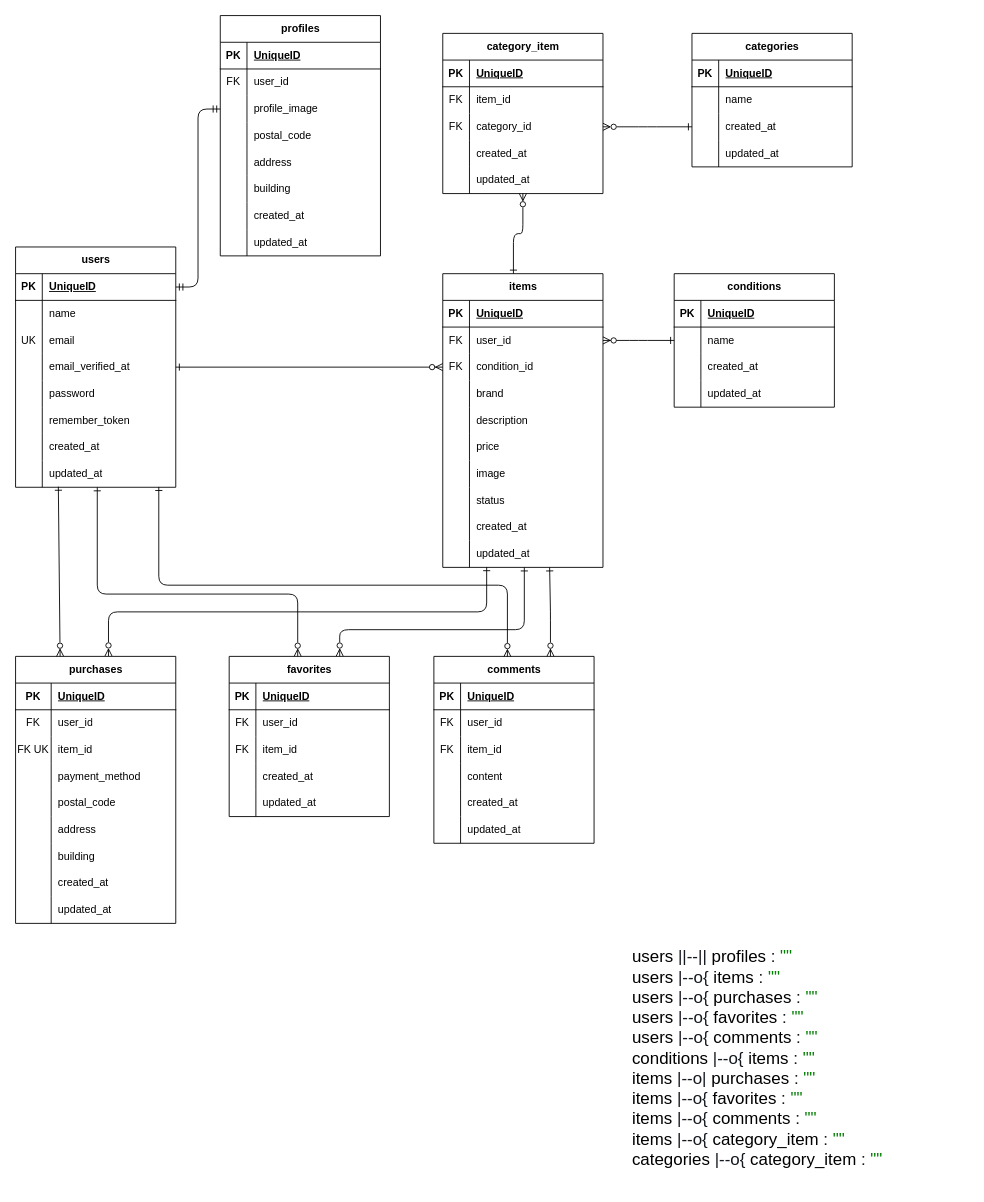
syosinsyananasi/coachtech-fleamarket keeps this draw.io diagram as docs/er-diagram.drawio. Above is the earlier version. Source tidied: cells renumbered, new cells numbered last; positions are measured from the earlier drawing's top-left corner, leaving out a move shared by most shapes. Both pictures are drawn from the tidied source at 89%, with x=0, y=0 at pixel (15, 15).
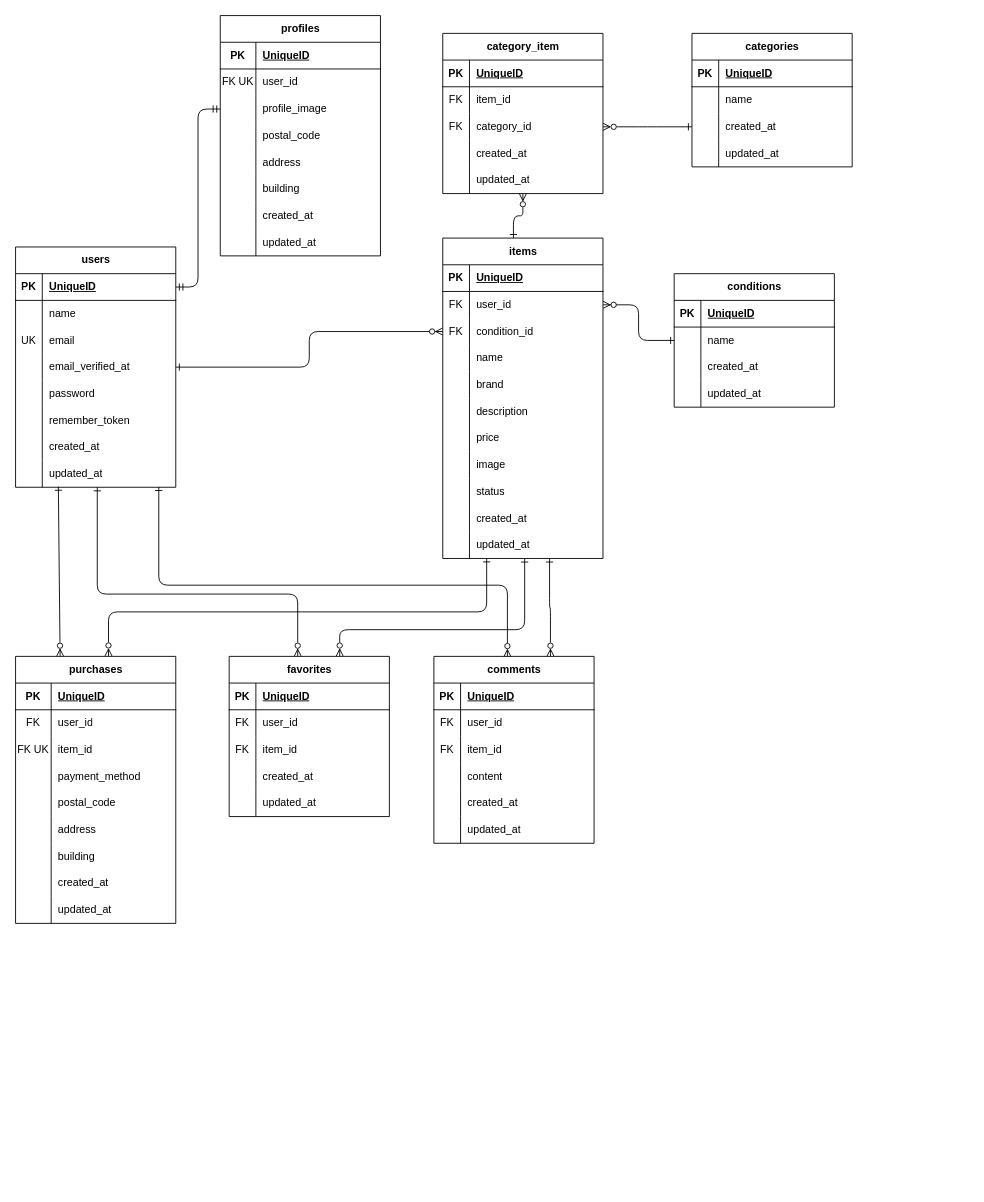
After the change.

Commit message:
フォーマット

The change refers to these unchanged cells:
```xml
<mxCell id="12" style="shape=tableRow;horizontal=0;startSize=0;swimlaneHead=0;swimlaneBody=0;fillColor=none;points=[[0,0.5],[1,0.5]];portConstraint=eastwest;top=0;left=0;right=0;bottom=0;" parent="2" vertex="1">
  <mxGeometry y="120" width="180" height="30" as="geometry" />
</mxCell>
<mxCell id="28" style="shape=tableRow;horizontal=0;startSize=0;swimlaneHead=0;swimlaneBody=0;fillColor=none;top=0;left=0;right=0;bottom=1;" parent="27" vertex="1">
  <mxGeometry y="30" width="180" height="30" as="geometry" />
</mxCell>
<mxCell id="31" style="shape=tableRow;horizontal=0;startSize=0;swimlaneHead=0;swimlaneBody=0;fillColor=none;top=0;left=0;right=0;bottom=0;" parent="27" vertex="1">
  <mxGeometry y="60" width="180" height="30" as="geometry" />
</mxCell>
<mxCell id="34" style="shape=tableRow;horizontal=0;startSize=0;swimlaneHead=0;swimlaneBody=0;fillColor=none;points=[[0,0.5],[1,0.5]];portConstraint=eastwest;top=0;left=0;right=0;bottom=0;" parent="27" vertex="1">
  <mxGeometry y="90" width="180" height="30" as="geometry" />
</mxCell>
<mxCell id="37" style="shape=tableRow;horizontal=0;startSize=0;swimlaneHead=0;swimlaneBody=0;fillColor=none;top=0;left=0;right=0;bottom=0;" parent="27" vertex="1">
  <mxGeometry y="120" width="180" height="30" as="geometry" />
</mxCell>
<mxCell id="40" style="shape=tableRow;horizontal=0;startSize=0;swimlaneHead=0;swimlaneBody=0;fillColor=none;top=0;left=0;right=0;bottom=0;" parent="27" vertex="1">
  <mxGeometry y="150" width="180" height="30" as="geometry" />
</mxCell>
<mxCell id="43" style="shape=tableRow;horizontal=0;startSize=0;swimlaneHead=0;swimlaneBody=0;fillColor=none;top=0;left=0;right=0;bottom=0;" parent="27" vertex="1">
  <mxGeometry y="180" width="180" height="30" as="geometry" />
</mxCell>
<mxCell id="46" style="shape=tableRow;horizontal=0;startSize=0;swimlaneHead=0;swimlaneBody=0;fillColor=none;top=0;left=0;right=0;bottom=0;" parent="27" vertex="1">
  <mxGeometry y="210" width="180" height="30" as="geometry" />
</mxCell>
<mxCell id="49" style="shape=tableRow;horizontal=0;startSize=0;swimlaneHead=0;swimlaneBody=0;fillColor=none;top=0;left=0;right=0;bottom=0;" parent="27" vertex="1">
  <mxGeometry y="240" width="180" height="30" as="geometry" />
</mxCell>
<mxCell id="59" style="shape=tableRow;horizontal=0;startSize=0;swimlaneHead=0;swimlaneBody=0;fillColor=none;points=[[0,0.5],[1,0.5]];portConstraint=eastwest;top=0;left=0;right=0;bottom=0;" parent="52" vertex="1">
  <mxGeometry y="90" width="180" height="30" as="geometry" />
</mxCell>
<mxCell id="62" style="shape=tableRow;horizontal=0;startSize=0;swimlaneHead=0;swimlaneBody=0;fillColor=none;top=0;left=0;right=0;bottom=0;" parent="52" vertex="1">
  <mxGeometry y="120" width="180" height="30" as="geometry" />
</mxCell>
<mxCell id="65" style="shape=tableRow;horizontal=0;startSize=0;swimlaneHead=0;swimlaneBody=0;fillColor=none;top=0;left=0;right=0;bottom=0;" parent="52" vertex="1">
  <mxGeometry y="150" width="180" height="30" as="geometry" />
</mxCell>
<mxCell id="68" style="shape=tableRow;horizontal=0;startSize=0;swimlaneHead=0;swimlaneBody=0;fillColor=none;top=0;left=0;right=0;bottom=0;" parent="52" vertex="1">
  <mxGeometry y="180" width="180" height="30" as="geometry" />
</mxCell>
<mxCell id="71" style="shape=tableRow;horizontal=0;startSize=0;swimlaneHead=0;swimlaneBody=0;fillColor=none;top=0;left=0;right=0;bottom=0;" parent="52" vertex="1">
  <mxGeometry y="210" width="180" height="30" as="geometry" />
</mxCell>
<mxCell id="74" style="shape=tableRow;horizontal=0;startSize=0;swimlaneHead=0;swimlaneBody=0;fillColor=none;top=0;left=0;right=0;bottom=0;" parent="52" vertex="1">
  <mxGeometry y="240" width="180" height="30" as="geometry" />
</mxCell>
<mxCell id="77" style="shape=tableRow;horizontal=0;startSize=0;swimlaneHead=0;swimlaneBody=0;fillColor=none;top=0;left=0;right=0;bottom=0;" parent="52" vertex="1">
  <mxGeometry y="270" width="180" height="30" as="geometry" />
</mxCell>
<mxCell id="80" style="shape=tableRow;horizontal=0;startSize=0;swimlaneHead=0;swimlaneBody=0;fillColor=none;points=[[0,0.5],[1,0.5]];portConstraint=eastwest;top=0;left=0;right=0;bottom=0;" parent="52" vertex="1">
  <mxGeometry y="300" width="180" height="30" as="geometry" />
</mxCell>
<mxCell id="83" value="purchases" style="shape=table;startSize=30;childLayout=tableLayout;rowLines=0;fontStyle=1;align=center;html=1;" parent="1" vertex="1">
  <mxGeometry y="720" width="180" height="300" as="geometry" />
</mxCell>
<mxCell id="111" value="favorites" style="shape=table;startSize=30;childLayout=tableLayout;rowLines=0;fontStyle=1;align=center;html=1;" parent="1" vertex="1">
  <mxGeometry x="240" y="720" width="180" height="180" as="geometry" />
</mxCell>
```

What changed in the source:
```diff
@@
     <mxCell id="29" value="PK" style="shape=partialRectangle;fillColor=none;top=0;left=0;bottom=0;right=0;fontStyle=1;overflow=hidden;whiteSpace=wrap;html=1;" parent="28" vertex="1">
-      <mxGeometry width="30" height="30" as="geometry" />
+      <mxGeometry width="40" height="30" as="geometry" />
     </mxCell>
     <mxCell id="30" value="UniqueID" style="shape=partialRectangle;fillColor=none;top=0;left=0;bottom=0;right=0;align=left;spacingLeft=6;fontStyle=5;overflow=hidden;whiteSpace=wrap;html=1;" parent="28" vertex="1">
-      <mxGeometry x="30" width="150" height="30" as="geometry" />
+      <mxGeometry x="40" width="140" height="30" as="geometry" />
     </mxCell>
@@
-    <mxCell id="32" value="FK" style="shape=partialRectangle;fillColor=none;top=0;left=0;bottom=0;right=0;overflow=hidden;whiteSpace=wrap;html=1;" parent="31" vertex="1">
-      <mxGeometry width="30" height="30" as="geometry" />
+    <mxCell id="32" value="FK UK" style="shape=partialRectangle;fillColor=none;top=0;left=0;bottom=0;right=0;overflow=hidden;whiteSpace=wrap;html=1;" parent="31" vertex="1">
+      <mxGeometry width="40" height="30" as="geometry" />
     </mxCell>
     <mxCell id="33" value="user_id" style="shape=partialRectangle;fillColor=none;top=0;left=0;bottom=0;right=0;align=left;spacingLeft=6;overflow=hidden;whiteSpace=wrap;html=1;" parent="31" vertex="1">
-      <mxGeometry x="30" width="150" height="30" as="geometry" />
+      <mxGeometry x="40" width="140" height="30" as="geometry" />
     </mxCell>
@@
     <mxCell id="35" style="shape=partialRectangle;fillColor=none;top=0;left=0;bottom=0;right=0;overflow=hidden;whiteSpace=wrap;html=1;" parent="34" vertex="1">
-      <mxGeometry width="30" height="30" as="geometry" />
+      <mxGeometry width="40" height="30" as="geometry" />
     </mxCell>
     <mxCell id="36" value="profile_image" style="shape=partialRectangle;fillColor=none;top=0;left=0;bottom=0;right=0;align=left;spacingLeft=6;overflow=hidden;whiteSpace=wrap;html=1;" parent="34" vertex="1">
-      <mxGeometry x="30" width="150" height="30" as="geometry" />
+      <mxGeometry x="40" width="140" height="30" as="geometry" />
     </mxCell>
@@
     <mxCell id="38" style="shape=partialRectangle;fillColor=none;top=0;left=0;bottom=0;right=0;overflow=hidden;whiteSpace=wrap;html=1;" parent="37" vertex="1">
-      <mxGeometry width="30" height="30" as="geometry" />
+      <mxGeometry width="40" height="30" as="geometry" />
     </mxCell>
     <mxCell id="39" value="postal_code" style="shape=partialRectangle;fillColor=none;top=0;left=0;bottom=0;right=0;align=left;spacingLeft=6;overflow=hidden;whiteSpace=wrap;html=1;" parent="37" vertex="1">
-      <mxGeometry x="30" width="150" height="30" as="geometry" />
+      <mxGeometry x="40" width="140" height="30" as="geometry" />
     </mxCell>
@@
     <mxCell id="41" style="shape=partialRectangle;fillColor=none;top=0;left=0;bottom=0;right=0;overflow=hidden;whiteSpace=wrap;html=1;" parent="40" vertex="1">
-      <mxGeometry width="30" height="30" as="geometry" />
+      <mxGeometry width="40" height="30" as="geometry" />
     </mxCell>
     <mxCell id="42" value="address" style="shape=partialRectangle;fillColor=none;top=0;left=0;bottom=0;right=0;align=left;spacingLeft=6;overflow=hidden;whiteSpace=wrap;html=1;" parent="40" vertex="1">
-      <mxGeometry x="30" width="150" height="30" as="geometry" />
+      <mxGeometry x="40" width="140" height="30" as="geometry" />
     </mxCell>
@@
     <mxCell id="44" style="shape=partialRectangle;fillColor=none;top=0;left=0;bottom=0;right=0;overflow=hidden;whiteSpace=wrap;html=1;" parent="43" vertex="1">
-      <mxGeometry width="30" height="30" as="geometry" />
+      <mxGeometry width="40" height="30" as="geometry" />
     </mxCell>
     <mxCell id="45" value="building" style="shape=partialRectangle;fillColor=none;top=0;left=0;bottom=0;right=0;align=left;spacingLeft=6;overflow=hidden;whiteSpace=wrap;html=1;" parent="43" vertex="1">
-      <mxGeometry x="30" width="150" height="30" as="geometry" />
+      <mxGeometry x="40" width="140" height="30" as="geometry" />
     </mxCell>
@@
     <mxCell id="47" style="shape=partialRectangle;fillColor=none;top=0;left=0;bottom=0;right=0;overflow=hidden;whiteSpace=wrap;html=1;" parent="46" vertex="1">
-      <mxGeometry width="30" height="30" as="geometry" />
+      <mxGeometry width="40" height="30" as="geometry" />
     </mxCell>
     <mxCell id="48" value="created_at" style="shape=partialRectangle;fillColor=none;top=0;left=0;bottom=0;right=0;align=left;spacingLeft=6;overflow=hidden;whiteSpace=wrap;html=1;" parent="46" vertex="1">
-      <mxGeometry x="30" width="150" height="30" as="geometry" />
+      <mxGeometry x="40" width="140" height="30" as="geometry" />
     </mxCell>
@@
     <mxCell id="50" style="shape=partialRectangle;fillColor=none;top=0;left=0;bottom=0;right=0;overflow=hidden;whiteSpace=wrap;html=1;" parent="49" vertex="1">
-      <mxGeometry width="30" height="30" as="geometry" />
+      <mxGeometry width="40" height="30" as="geometry" />
     </mxCell>
     <mxCell id="51" value="updated_at" style="shape=partialRectangle;fillColor=none;top=0;left=0;bottom=0;right=0;align=left;spacingLeft=6;overflow=hidden;whiteSpace=wrap;html=1;" parent="49" vertex="1">
-      <mxGeometry x="30" width="150" height="30" as="geometry" />
+      <mxGeometry x="40" width="140" height="30" as="geometry" />
     </mxCell>
     <mxCell id="52" value="items" style="shape=table;startSize=30;childLayout=tableLayout;rowLines=0;fontStyle=1;align=center;html=1;" parent="1" vertex="1">
-      <mxGeometry x="480" y="290" width="180" height="330" as="geometry" />
+      <mxGeometry x="480" y="250" width="180" height="360" as="geometry" />
     </mxCell>
@@
-    <mxCell id="64" value="brand" style="shape=partialRectangle;fillColor=none;top=0;left=0;bottom=0;right=0;align=left;spacingLeft=6;overflow=hidden;whiteSpace=wrap;html=1;" parent="62" vertex="1">
+    <mxCell id="64" value="name" style="shape=partialRectangle;fillColor=none;top=0;left=0;bottom=0;right=0;align=left;spacingLeft=6;overflow=hidden;whiteSpace=wrap;html=1;" parent="62" vertex="1">
       <mxGeometry x="30" width="150" height="30" as="geometry" />
     </mxCell>
@@
-    <mxCell id="67" value="description" style="shape=partialRectangle;fillColor=none;top=0;left=0;bottom=0;right=0;align=left;spacingLeft=6;overflow=hidden;whiteSpace=wrap;html=1;" parent="65" vertex="1">
+    <mxCell id="67" value="&lt;span style=&quot;color: rgb(0, 0, 0);&quot;&gt;brand&lt;/span&gt;" style="shape=partialRectangle;fillColor=none;top=0;left=0;bottom=0;right=0;align=left;spacingLeft=6;overflow=hidden;whiteSpace=wrap;html=1;" parent="65" vertex="1">
       <mxGeometry x="30" width="150" height="30" as="geometry" />
     </mxCell>
@@
-    <mxCell id="70" value="price" style="shape=partialRectangle;fillColor=none;top=0;left=0;bottom=0;right=0;align=left;spacingLeft=6;overflow=hidden;whiteSpace=wrap;html=1;" parent="68" vertex="1">
+    <mxCell id="70" value="&lt;span style=&quot;color: rgb(0, 0, 0);&quot;&gt;description&lt;/span&gt;" style="shape=partialRectangle;fillColor=none;top=0;left=0;bottom=0;right=0;align=left;spacingLeft=6;overflow=hidden;whiteSpace=wrap;html=1;" parent="68" vertex="1">
       <mxGeometry x="30" width="150" height="30" as="geometry" />
     </mxCell>
@@
-    <mxCell id="73" value="image" style="shape=partialRectangle;fillColor=none;top=0;left=0;bottom=0;right=0;align=left;spacingLeft=6;overflow=hidden;whiteSpace=wrap;html=1;" parent="71" vertex="1">
+    <mxCell id="73" value="&lt;span style=&quot;color: rgb(0, 0, 0);&quot;&gt;price&lt;/span&gt;" style="shape=partialRectangle;fillColor=none;top=0;left=0;bottom=0;right=0;align=left;spacingLeft=6;overflow=hidden;whiteSpace=wrap;html=1;" parent="71" vertex="1">
       <mxGeometry x="30" width="150" height="30" as="geometry" />
     </mxCell>
@@
-    <mxCell id="76" value="status" style="shape=partialRectangle;fillColor=none;top=0;left=0;bottom=0;right=0;align=left;spacingLeft=6;overflow=hidden;whiteSpace=wrap;html=1;" parent="74" vertex="1">
+    <mxCell id="76" value="&lt;span style=&quot;color: rgb(0, 0, 0);&quot;&gt;image&lt;/span&gt;" style="shape=partialRectangle;fillColor=none;top=0;left=0;bottom=0;right=0;align=left;spacingLeft=6;overflow=hidden;whiteSpace=wrap;html=1;" parent="74" vertex="1">
       <mxGeometry x="30" width="150" height="30" as="geometry" />
     </mxCell>
@@
-    <mxCell id="79" value="created_at" style="shape=partialRectangle;fillColor=none;top=0;left=0;bottom=0;right=0;align=left;spacingLeft=6;overflow=hidden;whiteSpace=wrap;html=1;" parent="77" vertex="1">
+    <mxCell id="79" value="&lt;span style=&quot;color: rgb(0, 0, 0);&quot;&gt;status&lt;/span&gt;" style="shape=partialRectangle;fillColor=none;top=0;left=0;bottom=0;right=0;align=left;spacingLeft=6;overflow=hidden;whiteSpace=wrap;html=1;" parent="77" vertex="1">
       <mxGeometry x="30" width="150" height="30" as="geometry" />
     </mxCell>
@@
-    <mxCell id="82" value="updated_at" style="shape=partialRectangle;fillColor=none;top=0;left=0;bottom=0;right=0;align=left;spacingLeft=6;overflow=hidden;whiteSpace=wrap;html=1;" parent="80" vertex="1">
+    <mxCell id="82" value="&lt;span style=&quot;color: rgb(0, 0, 0);&quot;&gt;created_at&lt;/span&gt;" style="shape=partialRectangle;fillColor=none;top=0;left=0;bottom=0;right=0;align=left;spacingLeft=6;overflow=hidden;whiteSpace=wrap;html=1;" parent="80" vertex="1">
       <mxGeometry x="30" width="150" height="30" as="geometry" />
     </mxCell>
+    <mxCell id="201" style="shape=tableRow;horizontal=0;startSize=0;swimlaneHead=0;swimlaneBody=0;fillColor=none;points=[[0,0.5],[1,0.5]];portConstraint=eastwest;top=0;left=0;right=0;bottom=0;" parent="52" vertex="1">
+      <mxGeometry y="330" width="180" height="30" as="geometry" />
+    </mxCell>
+    <mxCell id="202" style="shape=partialRectangle;fillColor=none;top=0;left=0;bottom=0;right=0;overflow=hidden;whiteSpace=wrap;html=1;" parent="201" vertex="1">
+      <mxGeometry width="30" height="30" as="geometry" />
+    </mxCell>
+    <mxCell id="203" value="updated_at" style="shape=partialRectangle;fillColor=none;top=0;left=0;bottom=0;right=0;align=left;spacingLeft=6;overflow=hidden;whiteSpace=wrap;html=1;" parent="201" vertex="1">
+      <mxGeometry x="30" width="150" height="30" as="geometry" />
+    </mxCell>
@@
-    <mxCell id="193" value="&lt;font style=&quot;font-size: 19px;&quot;&gt;    users &lt;span class=&quot;token token arrow&quot; style=&quot;color: rgb(20, 24, 31);&quot;&gt;||--||&lt;/span&gt;&amp;nbsp;profiles &lt;span class=&quot;token token&quot; style=&quot;color: rgb(20, 24, 31);&quot;&gt;:&lt;/span&gt; &lt;span class=&quot;token token&quot; style=&quot;color: rgb(0, 128, 0);&quot;&gt;&quot;&quot;&lt;/span&gt;&lt;br&gt;    users &lt;span class=&quot;token token arrow&quot; style=&quot;color: rgb(20, 24, 31);&quot;&gt;|--o{&lt;/span&gt; items &lt;span class=&quot;token token&quot; style=&quot;color: rgb(20, 24, 31);&quot;&gt;:&lt;/span&gt; &lt;span class=&quot;token token&quot; style=&quot;color: rgb(0, 128, 0);&quot;&gt;&quot;&quot;&lt;/span&gt;&lt;br&gt;    users &lt;span class=&quot;token token arrow&quot; style=&quot;color: rgb(20, 24, 31);&quot;&gt;|--o{&lt;/span&gt; purchases &lt;span class=&quot;token token&quot; style=&quot;color: rgb(20, 24, 31);&quot;&gt;:&lt;/span&gt; &lt;span class=&quot;token token&quot; style=&quot;color: rgb(0, 128, 0);&quot;&gt;&quot;&quot;&lt;/span&gt;&lt;br&gt;    users &lt;span class=&quot;token token arrow&quot; style=&quot;color: rgb(20, 24, 31);&quot;&gt;|--o{&lt;/span&gt; favorites &lt;span class=&quot;token token&quot; style=&quot;color: rgb(20, 24, 31);&quot;&gt;:&lt;/span&gt; &lt;span class=&quot;token token&quot; style=&quot;color: rgb(0, 128, 0);&quot;&gt;&quot;&quot;&lt;/span&gt;&lt;br&gt;    users &lt;span class=&quot;token token arrow&quot; style=&quot;color: rgb(20, 24, 31);&quot;&gt;|--o{&lt;/span&gt; comments &lt;span class=&quot;token token&quot; style=&quot;color: rgb(20, 24, 31);&quot;&gt;:&lt;/span&gt; &lt;span class=&quot;token token&quot; style=&quot;color: rgb(0, 128, 0);&quot;&gt;&quot;&quot;&lt;/span&gt;&lt;br&gt;    conditions &lt;span class=&quot;token token arrow&quot; style=&quot;color: rgb(20, 24, 31);&quot;&gt;|--o{&lt;/span&gt; items &lt;span class=&quot;token token&quot; style=&quot;color: rgb(20, 24, 31);&quot;&gt;:&lt;/span&gt; &lt;span class=&quot;token token&quot; style=&quot;color: rgb(0, 128, 0);&quot;&gt;&quot;&quot;&lt;/span&gt;&lt;br&gt;    items &lt;span class=&quot;token token arrow&quot; style=&quot;color: rgb(20, 24, 31);&quot;&gt;|--o|&lt;/span&gt; purchases &lt;span class=&quot;token token&quot; style=&quot;color: rgb(20, 24, 31);&quot;&gt;:&lt;/span&gt; &lt;span class=&quot;token token&quot; style=&quot;color: rgb(0, 128, 0);&quot;&gt;&quot;&quot;&lt;/span&gt;&lt;br&gt;    items &lt;span class=&quot;token token arrow&quot; style=&quot;color: rgb(20, 24, 31);&quot;&gt;|--o{&lt;/span&gt; favorites &lt;span class=&quot;token token&quot; style=&quot;color: rgb(20, 24, 31);&quot;&gt;:&lt;/span&gt; &lt;span class=&quot;token token&quot; style=&quot;color: rgb(0, 128, 0);&quot;&gt;&quot;&quot;&lt;/span&gt;&lt;br&gt;    items &lt;span class=&quot;token token arrow&quot; style=&quot;color: rgb(20, 24, 31);&quot;&gt;|--o{&lt;/span&gt; comments &lt;span class=&quot;token token&quot; style=&quot;color: rgb(20, 24, 31);&quot;&gt;:&lt;/span&gt; &lt;span class=&quot;token token&quot; style=&quot;color: rgb(0, 128, 0);&quot;&gt;&quot;&quot;&lt;/span&gt;&lt;br&gt;    items &lt;span class=&quot;token token arrow&quot; style=&quot;color: rgb(20, 24, 31);&quot;&gt;|--o{&lt;/span&gt; category_item &lt;span class=&quot;token token&quot; style=&quot;color: rgb(20, 24, 31);&quot;&gt;:&lt;/span&gt; &lt;span class=&quot;token token&quot; style=&quot;color: rgb(0, 128, 0);&quot;&gt;&quot;&quot;&lt;/span&gt;&lt;br&gt;    categories &lt;span class=&quot;token token arrow&quot; style=&quot;color: rgb(20, 24, 31);&quot;&gt;|--o{&lt;/span&gt; category_item &lt;span class=&quot;token token&quot; style=&quot;color: rgb(20, 24, 31);&quot;&gt;:&lt;/span&gt; &lt;span class=&quot;token token&quot; style=&quot;color: rgb(0, 128, 0);&quot;&gt;&quot;&quot;&lt;/span&gt;&lt;/font&gt;" style="text;whiteSpace=wrap;html=1;" parent="1" vertex="1">
-      <mxGeometry x="691" y="1040" width="380" height="275" as="geometry" />
-    </mxCell>
-    <mxCell id="194" style="fontSize=12;html=1;endArrow=ERzeroToMany;endFill=1;startArrow=ERone;startFill=0;exitX=1;exitY=0.5;exitDx=0;exitDy=0;" parent="1" edge="1" source="12" target="59">
+    <mxCell id="194" style="fontSize=12;html=1;endArrow=ERzeroToMany;endFill=1;startArrow=ERone;startFill=0;exitX=1;exitY=0.5;exitDx=0;exitDy=0;edgeStyle=elbowEdgeStyle;" parent="1" edge="1" source="12" target="59">
       <mxGeometry relative="1" as="geometry" />
     </mxCell>
@@
-    <mxCell id="196" style="fontSize=12;html=1;endArrow=ERone;endFill=0;startArrow=ERzeroToMany;startFill=0;entryX=0.509;entryY=1;entryDx=0;entryDy=0;entryPerimeter=0;edgeStyle=elbowEdgeStyle;elbow=vertical;exitX=0.69;exitY=-0.001;exitDx=0;exitDy=0;exitPerimeter=0;" parent="1" edge="1" source="111" target="80">
+    <mxCell id="196" style="fontSize=12;html=1;endArrow=ERone;endFill=0;startArrow=ERzeroToMany;startFill=0;edgeStyle=elbowEdgeStyle;elbow=vertical;exitX=0.69;exitY=-0.001;exitDx=0;exitDy=0;exitPerimeter=0;" parent="1" edge="1" source="111">
       <mxGeometry relative="1" as="geometry">
+        <mxPoint x="572" y="610" as="targetPoint" />
         <Array as="points">
           <mxPoint x="460" y="690" />
         </Array>
       </mxGeometry>
     </mxCell>
@@
-    <mxCell id="198" style="fontSize=12;html=1;endArrow=ERone;endFill=0;startArrow=ERzeroToMany;startFill=0;entryX=0.667;entryY=1;entryDx=0;entryDy=0;entryPerimeter=0;edgeStyle=elbowEdgeStyle;elbow=vertical;" parent="1" edge="1" target="80">
+    <mxCell id="198" style="fontSize=12;html=1;endArrow=ERone;endFill=0;startArrow=ERzeroToMany;startFill=0;edgeStyle=elbowEdgeStyle;elbow=vertical;" parent="1" edge="1">
       <mxGeometry relative="1" as="geometry">
         <mxPoint x="601" y="720" as="sourcePoint" />
+        <mxPoint x="600" y="610" as="targetPoint" />
       </mxGeometry>
     </mxCell>
@@
-    <mxCell id="200" style="fontSize=12;html=1;endArrow=ERone;endFill=0;exitX=0.58;exitY=-0.001;exitDx=0;exitDy=0;startArrow=ERzeroToMany;startFill=0;entryX=0.274;entryY=0.991;entryDx=0;entryDy=0;entryPerimeter=0;exitPerimeter=0;edgeStyle=elbowEdgeStyle;elbow=vertical;" parent="1" edge="1" source="83" target="80">
+    <mxCell id="200" style="fontSize=12;html=1;endArrow=ERone;endFill=0;exitX=0.58;exitY=-0.001;exitDx=0;exitDy=0;startArrow=ERzeroToMany;startFill=0;entryX=0.274;entryY=0.995;entryDx=0;entryDy=0;entryPerimeter=0;exitPerimeter=0;edgeStyle=elbowEdgeStyle;elbow=vertical;" parent="1" edge="1" source="83" target="201">
       <mxGeometry relative="1" as="geometry">
         <Array as="points">
           <mxPoint x="300" y="670" />
         </Array>
       </mxGeometry>
     </mxCell>
```
